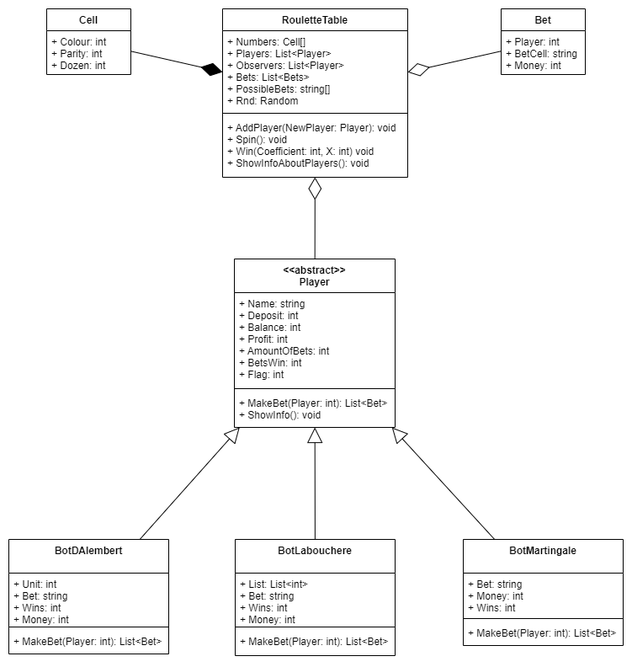
Earlier version of the draw.io export Daniil-Kadochnikov/Second Term/Second block/Casino/UML.png (Stanislav-Sartasov/spsu-mm-se-programming). Source tidied: cells renumbered, new cells last; positions are measured from the earlier drawing's top-left corner, leaving out a move shared by most shapes.
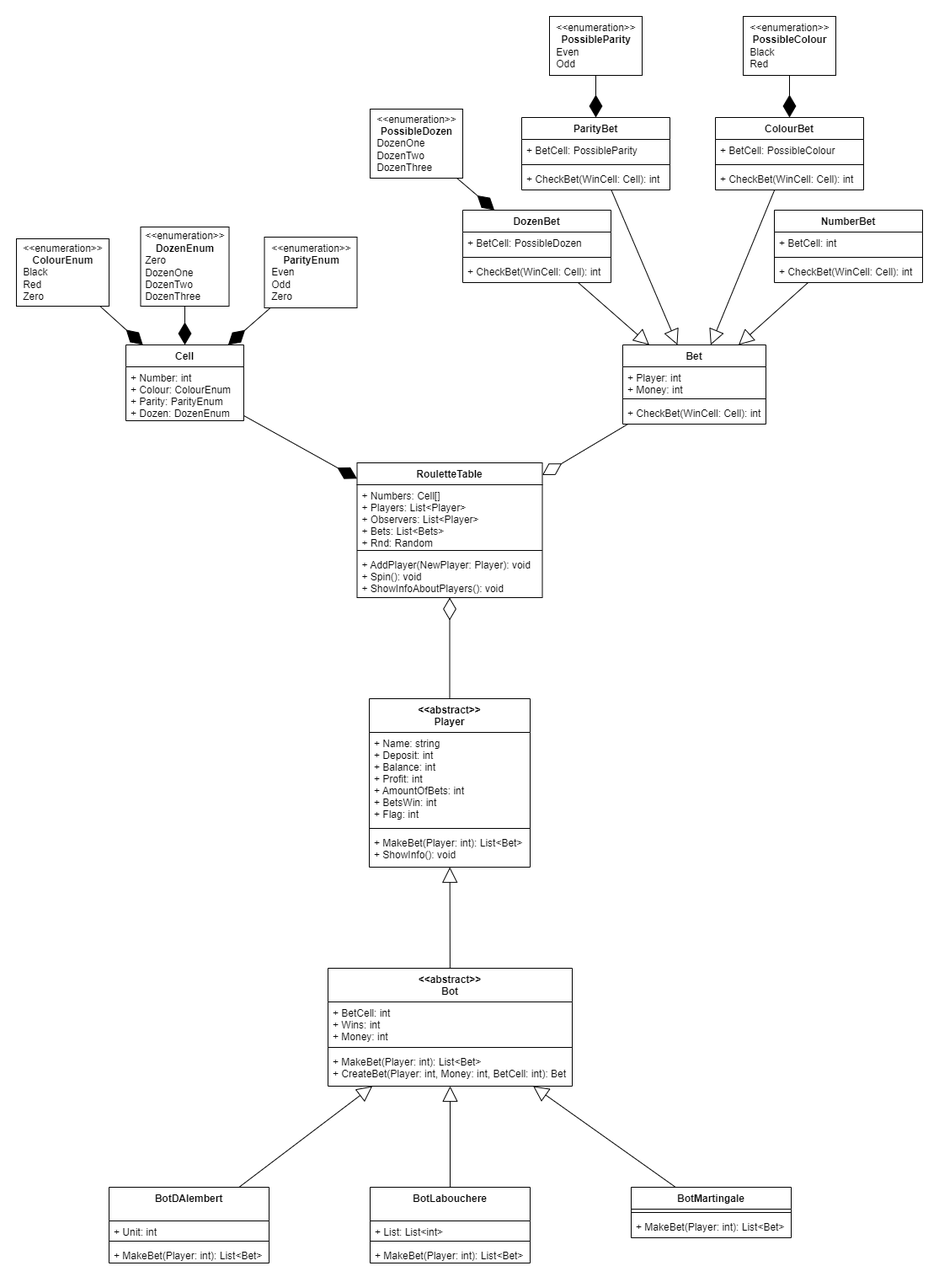
After the change.

Diff of the diagram source:
```diff
@@ -5,3 +5,3 @@
     <mxCell id="2" value="&lt;&lt;abstract&gt;&gt;&#10;Player" style="swimlane;fontStyle=1;align=center;verticalAlign=top;horizontal=1;startSize=40;" parent="1" vertex="1">
-      <mxGeometry x="268" y="297" width="191" height="200" as="geometry" />
+      <mxGeometry x="439" y="450" width="191" height="200" as="geometry" />
     </mxCell>
@@ -16,70 +16,52 @@
     </mxCell>
-    <mxCell id="6" value="BotMartingale" style="swimlane;fontStyle=1;align=center;verticalAlign=top;horizontal=1;startSize=40;" parent="1" vertex="1">
-      <mxGeometry x="540" y="630" width="190" height="126" as="geometry" />
-    </mxCell>
-    <mxCell id="7" value="+ Bet: string&#10;+ Money: int&#10;+ Wins: int" style="text;strokeColor=none;fillColor=none;align=left;verticalAlign=top;spacingLeft=4;spacingRight=4;overflow=hidden;" parent="6" vertex="1">
-      <mxGeometry y="40" width="190" height="50" as="geometry" />
-    </mxCell>
-    <mxCell id="8" style="line;strokeWidth=1;fillColor=none;align=left;verticalAlign=middle;spacingTop=-1;spacingLeft=3;spacingRight=3;labelPosition=right;" parent="6" vertex="1">
-      <mxGeometry y="90" width="190" height="8" as="geometry" />
-    </mxCell>
-    <mxCell id="9" value="+ MakeBet(Player: int): List&lt;Bet&gt;" style="text;strokeColor=none;fillColor=none;align=left;verticalAlign=top;spacingLeft=4;spacingRight=4;overflow=hidden;" parent="6" vertex="1">
-      <mxGeometry y="98" width="190" height="28" as="geometry" />
-    </mxCell>
     <mxCell id="10" value="BotLabouchere" style="swimlane;fontStyle=1;align=center;verticalAlign=top;horizontal=1;startSize=40;" parent="1" vertex="1">
-      <mxGeometry x="269" y="630" width="190" height="138" as="geometry" />
+      <mxGeometry x="440" y="1030" width="190" height="90" as="geometry" />
     </mxCell>
-    <mxCell id="11" value="&#9;&#9;+ List: List&lt;int&gt;&#10;+ Bet: string&#10;+ Wins: int&#10;+ Money: int&#10;" style="text;strokeColor=none;fillColor=none;align=left;verticalAlign=top;spacingLeft=4;spacingRight=4;overflow=hidden;" parent="10" vertex="1">
-      <mxGeometry y="40" width="190" height="60" as="geometry" />
+    <mxCell id="11" value="+ List: List&lt;int&gt;" style="text;strokeColor=none;fillColor=none;align=left;verticalAlign=top;spacingLeft=4;spacingRight=4;overflow=hidden;" parent="10" vertex="1">
+      <mxGeometry y="40" width="190" height="20" as="geometry" />
     </mxCell>
     <mxCell id="12" style="line;strokeWidth=1;fillColor=none;align=left;verticalAlign=middle;spacingTop=-1;spacingLeft=3;spacingRight=3;labelPosition=right;" parent="10" vertex="1">
-      <mxGeometry y="100" width="190" height="8" as="geometry" />
+      <mxGeometry y="60" width="190" height="8" as="geometry" />
     </mxCell>
     <mxCell id="13" value="+ MakeBet(Player: int): List&lt;Bet&gt;" style="text;strokeColor=none;fillColor=none;align=left;verticalAlign=top;spacingLeft=4;spacingRight=4;overflow=hidden;" parent="10" vertex="1">
-      <mxGeometry y="108" width="190" height="30" as="geometry" />
+      <mxGeometry y="68" width="190" height="22" as="geometry" />
     </mxCell>
     <mxCell id="14" value="BotDAlembert" style="swimlane;fontStyle=1;align=center;verticalAlign=top;horizontal=1;startSize=40;" parent="1" vertex="1">
-      <mxGeometry y="630" width="190" height="136" as="geometry" />
+      <mxGeometry x="130" y="1030" width="190" height="90" as="geometry" />
     </mxCell>
-    <mxCell id="15" value="+ Unit: int&#10;+ Bet: string&#10;+ Wins: int&#10;+ Money: int" style="text;strokeColor=none;fillColor=none;align=left;verticalAlign=top;spacingLeft=4;spacingRight=4;overflow=hidden;" parent="14" vertex="1">
-      <mxGeometry y="40" width="190" height="60" as="geometry" />
+    <mxCell id="15" value="+ Unit: int" style="text;strokeColor=none;fillColor=none;align=left;verticalAlign=top;spacingLeft=4;spacingRight=4;overflow=hidden;" parent="14" vertex="1">
+      <mxGeometry y="40" width="190" height="20" as="geometry" />
     </mxCell>
     <mxCell id="16" style="line;strokeWidth=1;fillColor=none;align=left;verticalAlign=middle;spacingTop=-1;spacingLeft=3;spacingRight=3;labelPosition=right;" parent="14" vertex="1">
-      <mxGeometry y="100" width="190" height="8" as="geometry" />
+      <mxGeometry y="60" width="190" height="8" as="geometry" />
     </mxCell>
     <mxCell id="17" value="+ MakeBet(Player: int): List&lt;Bet&gt;" style="text;strokeColor=none;fillColor=none;align=left;verticalAlign=top;spacingLeft=4;spacingRight=4;overflow=hidden;" parent="14" vertex="1">
-      <mxGeometry y="108" width="190" height="28" as="geometry" />
+      <mxGeometry y="68" width="190" height="22" as="geometry" />
     </mxCell>
-    <mxCell id="18" value="Extends" style="endArrow=block;endSize=16;endFill=0;rounded=0;labelBackgroundColor=none;fontColor=none;noLabel=1;" parent="1" edge="1" source="14" target="2">
+    <mxCell id="18" value="Extends" style="endArrow=block;endSize=16;endFill=0;rounded=0;labelBackgroundColor=none;fontColor=none;noLabel=1;" parent="1" edge="1" source="14" target="32">
       <mxGeometry x="-0.2" y="-24" relative="1" as="geometry" />
     </mxCell>
-    <mxCell id="19" value="Extends" style="endArrow=block;endSize=16;endFill=0;rounded=0;fontColor=none;noLabel=1;labelBackgroundColor=none;" parent="1" edge="1" source="10" target="2">
+    <mxCell id="19" value="Extends" style="endArrow=block;endSize=16;endFill=0;rounded=0;fontColor=none;noLabel=1;labelBackgroundColor=none;" parent="1" edge="1" source="10" target="32">
       <mxGeometry relative="1" as="geometry" />
     </mxCell>
-    <mxCell id="20" value="Extends" style="endArrow=block;endSize=16;endFill=0;rounded=0;labelBackgroundColor=none;fontColor=none;noLabel=1;" parent="1" edge="1" source="6" target="2">
+    <mxCell id="20" value="Extends" style="endArrow=block;endSize=16;endFill=0;rounded=0;labelBackgroundColor=none;fontColor=none;noLabel=1;" parent="1" edge="1" source="6" target="32">
       <mxGeometry relative="1" as="geometry" />
     </mxCell>
-    <mxCell id="21" value="Bet" style="swimlane;fontStyle=1;align=center;verticalAlign=top;horizontal=1;startSize=26;fontColor=none;" parent="1" vertex="1">
-      <mxGeometry x="585" width="100" height="78" as="geometry" />
-    </mxCell>
-    <mxCell id="22" value="+ Player: int&#10;+ BetCell: string&#10;+ Money: int" style="text;strokeColor=none;fillColor=none;align=left;verticalAlign=top;spacingLeft=4;spacingRight=4;overflow=hidden;fontColor=none;" parent="21" vertex="1">
-      <mxGeometry y="26" width="100" height="52" as="geometry" />
-    </mxCell>
     <mxCell id="23" value="Cell" style="swimlane;fontStyle=1;align=center;verticalAlign=top;horizontal=1;startSize=26;fontColor=none;" parent="1" vertex="1">
-      <mxGeometry x="45" width="100" height="78" as="geometry" />
+      <mxGeometry x="150" y="30" width="140" height="90" as="geometry" />
     </mxCell>
-    <mxCell id="24" value="+ Colour: int&#10;+ Parity: int&#10;+ Dozen: int" style="text;strokeColor=none;fillColor=none;align=left;verticalAlign=top;spacingLeft=4;spacingRight=4;overflow=hidden;fontColor=none;" parent="23" vertex="1">
-      <mxGeometry y="26" width="100" height="52" as="geometry" />
+    <mxCell id="24" value="+ Number: int&#10;+ Colour: ColourEnum&#10;+ Parity: ParityEnum&#10;+ Dozen: DozenEnum" style="text;strokeColor=none;fillColor=none;align=left;verticalAlign=top;spacingLeft=4;spacingRight=4;overflow=hidden;fontColor=none;" parent="23" vertex="1">
+      <mxGeometry y="26" width="140" height="64" as="geometry" />
     </mxCell>
     <mxCell id="25" value="RouletteTable" style="swimlane;fontStyle=1;align=center;verticalAlign=top;horizontal=1;startSize=26;fontColor=none;" parent="1" vertex="1">
-      <mxGeometry x="254" width="220" height="200" as="geometry" />
+      <mxGeometry x="424.5" y="170" width="220" height="160" as="geometry" />
     </mxCell>
-    <mxCell id="26" value="+ Numbers: Cell[]&#10;+ Players: List&lt;Player&gt;&#10;+ Observers: List&lt;Player&gt;&#10;+ Bets: List&lt;Bets&gt;&#10;+ PossibleBets: string[]&#10;+ Rnd: Random" style="text;strokeColor=none;fillColor=none;align=left;verticalAlign=top;spacingLeft=4;spacingRight=4;overflow=hidden;fontColor=none;" parent="25" vertex="1">
-      <mxGeometry y="26" width="220" height="94" as="geometry" />
+    <mxCell id="26" value="+ Numbers: Cell[]&#10;+ Players: List&lt;Player&gt;&#10;+ Observers: List&lt;Player&gt;&#10;+ Bets: List&lt;Bets&gt;&#10;+ Rnd: Random" style="text;strokeColor=none;fillColor=none;align=left;verticalAlign=top;spacingLeft=4;spacingRight=4;overflow=hidden;fontColor=none;" parent="25" vertex="1">
+      <mxGeometry y="26" width="220" height="74" as="geometry" />
     </mxCell>
     <mxCell id="27" style="line;strokeWidth=1;fillColor=none;align=left;verticalAlign=middle;spacingTop=-1;spacingLeft=3;spacingRight=3;labelPosition=right;fontColor=none;" parent="25" vertex="1">
-      <mxGeometry y="120" width="220" height="8" as="geometry" />
+      <mxGeometry y="100" width="220" height="8" as="geometry" />
     </mxCell>
-    <mxCell id="28" value="+ AddPlayer(NewPlayer: Player): void&#10;+ Spin(): void&#10;+ Win(Coefficient: int, X: int) void&#10;+ ShowInfoAboutPlayers(): void" style="text;strokeColor=none;fillColor=none;align=left;verticalAlign=top;spacingLeft=4;spacingRight=4;overflow=hidden;fontColor=none;" parent="25" vertex="1">
-      <mxGeometry y="128" width="220" height="72" as="geometry" />
+    <mxCell id="28" value="+ AddPlayer(NewPlayer: Player): void&#10;+ Spin(): void&#10;+ ShowInfoAboutPlayers(): void" style="text;strokeColor=none;fillColor=none;align=left;verticalAlign=top;spacingLeft=4;spacingRight=4;overflow=hidden;fontColor=none;" parent="25" vertex="1">
+      <mxGeometry y="108" width="220" height="52" as="geometry" />
     </mxCell>
@@ -94,2 +76,134 @@
     </mxCell>
+    <mxCell id="32" value="&lt;&lt;abstract&gt;&gt;&#10;Bot" style="swimlane;fontStyle=1;align=center;verticalAlign=top;horizontal=1;startSize=40;" parent="1" vertex="1">
+      <mxGeometry x="390" y="770" width="290" height="140" as="geometry" />
+    </mxCell>
+    <mxCell id="33" value="+ BetCell: int&#10;+ Wins: int&#10;+ Money: int" style="text;strokeColor=none;fillColor=none;align=left;verticalAlign=top;spacingLeft=4;spacingRight=4;overflow=hidden;" parent="32" vertex="1">
+      <mxGeometry y="40" width="290" height="50" as="geometry" />
+    </mxCell>
+    <mxCell id="34" style="line;strokeWidth=1;fillColor=none;align=left;verticalAlign=middle;spacingTop=-1;spacingLeft=3;spacingRight=3;labelPosition=right;" parent="32" vertex="1">
+      <mxGeometry y="90" width="290" height="8" as="geometry" />
+    </mxCell>
+    <mxCell id="35" value="+ MakeBet(Player: int): List&lt;Bet&gt;&#10;+ CreateBet(Player: int, Money: int, BetCell: int): Bet" style="text;strokeColor=none;fillColor=none;align=left;verticalAlign=top;spacingLeft=4;spacingRight=4;overflow=hidden;" parent="32" vertex="1">
+      <mxGeometry y="98" width="290" height="42" as="geometry" />
+    </mxCell>
+    <mxCell id="36" value="Extends" style="endArrow=block;endSize=16;endFill=0;rounded=0;fontColor=none;noLabel=1;labelBackgroundColor=none;" parent="1" edge="1" source="32" target="2">
+      <mxGeometry relative="1" as="geometry" />
+    </mxCell>
+    <mxCell id="21" value="Bet" style="swimlane;fontStyle=1;align=center;verticalAlign=top;horizontal=1;startSize=26;" parent="1" vertex="1">
+      <mxGeometry x="740" y="30" width="170" height="94" as="geometry" />
+    </mxCell>
+    <mxCell id="37" value="+ Player: int&#10;+ Money: int" style="text;strokeColor=none;fillColor=none;align=left;verticalAlign=top;spacingLeft=4;spacingRight=4;overflow=hidden;" parent="21" vertex="1">
+      <mxGeometry y="26" width="170" height="34" as="geometry" />
+    </mxCell>
+    <mxCell id="38" style="line;strokeWidth=1;fillColor=none;align=left;verticalAlign=middle;spacingTop=-1;spacingLeft=3;spacingRight=3;labelPosition=right;" parent="21" vertex="1">
+      <mxGeometry y="60" width="170" height="8" as="geometry" />
+    </mxCell>
+    <mxCell id="39" value="+ CheckBet(WinCell: Cell): int" style="text;strokeColor=none;fillColor=none;align=left;verticalAlign=top;spacingLeft=4;spacingRight=4;overflow=hidden;" parent="21" vertex="1">
+      <mxGeometry y="68" width="170" height="26" as="geometry" />
+    </mxCell>
+    <mxCell id="40" value="NumberBet" style="swimlane;fontStyle=1;align=center;verticalAlign=top;horizontal=1;startSize=26;" parent="1" vertex="1">
+      <mxGeometry x="920" y="-130" width="176" height="86" as="geometry" />
+    </mxCell>
+    <mxCell id="41" value="+ BetCell: int" style="text;strokeColor=none;fillColor=none;align=left;verticalAlign=top;spacingLeft=4;spacingRight=4;overflow=hidden;" parent="40" vertex="1">
+      <mxGeometry y="26" width="176" height="26" as="geometry" />
+    </mxCell>
+    <mxCell id="42" style="line;strokeWidth=1;fillColor=none;align=left;verticalAlign=middle;spacingTop=-1;spacingLeft=3;spacingRight=3;labelPosition=right;" parent="40" vertex="1">
+      <mxGeometry y="52" width="176" height="8" as="geometry" />
+    </mxCell>
+    <mxCell id="43" value="+ CheckBet(WinCell: Cell): int" style="text;strokeColor=none;fillColor=none;align=left;verticalAlign=top;spacingLeft=4;spacingRight=4;overflow=hidden;" parent="40" vertex="1">
+      <mxGeometry y="60" width="176" height="26" as="geometry" />
+    </mxCell>
+    <mxCell id="44" value="DozenBet" style="swimlane;fontStyle=1;align=center;verticalAlign=top;horizontal=1;startSize=26;" parent="1" vertex="1">
+      <mxGeometry x="550" y="-130" width="176" height="86" as="geometry" />
+    </mxCell>
+    <mxCell id="45" value="+ BetCell: PossibleDozen" style="text;strokeColor=none;fillColor=none;align=left;verticalAlign=top;spacingLeft=4;spacingRight=4;overflow=hidden;" parent="44" vertex="1">
+      <mxGeometry y="26" width="176" height="26" as="geometry" />
+    </mxCell>
+    <mxCell id="46" style="line;strokeWidth=1;fillColor=none;align=left;verticalAlign=middle;spacingTop=-1;spacingLeft=3;spacingRight=3;labelPosition=right;" parent="44" vertex="1">
+      <mxGeometry y="52" width="176" height="8" as="geometry" />
+    </mxCell>
+    <mxCell id="47" value="+ CheckBet(WinCell: Cell): int" style="text;strokeColor=none;fillColor=none;align=left;verticalAlign=top;spacingLeft=4;spacingRight=4;overflow=hidden;" parent="44" vertex="1">
+      <mxGeometry y="60" width="176" height="26" as="geometry" />
+    </mxCell>
+    <mxCell id="48" value="ColourBet" style="swimlane;fontStyle=1;align=center;verticalAlign=top;horizontal=1;startSize=26;" parent="1" vertex="1">
+      <mxGeometry x="850" y="-240" width="176" height="86" as="geometry" />
+    </mxCell>
+    <mxCell id="49" value="+ BetCell: PossibleColour" style="text;strokeColor=none;fillColor=none;align=left;verticalAlign=top;spacingLeft=4;spacingRight=4;overflow=hidden;" parent="48" vertex="1">
+      <mxGeometry y="26" width="176" height="26" as="geometry" />
+    </mxCell>
+    <mxCell id="50" style="line;strokeWidth=1;fillColor=none;align=left;verticalAlign=middle;spacingTop=-1;spacingLeft=3;spacingRight=3;labelPosition=right;" parent="48" vertex="1">
+      <mxGeometry y="52" width="176" height="8" as="geometry" />
+    </mxCell>
+    <mxCell id="51" value="+ CheckBet(WinCell: Cell): int" style="text;strokeColor=none;fillColor=none;align=left;verticalAlign=top;spacingLeft=4;spacingRight=4;overflow=hidden;" parent="48" vertex="1">
+      <mxGeometry y="60" width="176" height="26" as="geometry" />
+    </mxCell>
+    <mxCell id="52" value="ParityBet" style="swimlane;fontStyle=1;align=center;verticalAlign=top;horizontal=1;startSize=26;" parent="1" vertex="1">
+      <mxGeometry x="620" y="-240" width="176" height="86" as="geometry" />
+    </mxCell>
+    <mxCell id="53" value="+ BetCell: PossibleParity" style="text;strokeColor=none;fillColor=none;align=left;verticalAlign=top;spacingLeft=4;spacingRight=4;overflow=hidden;" parent="52" vertex="1">
+      <mxGeometry y="26" width="176" height="26" as="geometry" />
+    </mxCell>
+    <mxCell id="54" style="line;strokeWidth=1;fillColor=none;align=left;verticalAlign=middle;spacingTop=-1;spacingLeft=3;spacingRight=3;labelPosition=right;" parent="52" vertex="1">
+      <mxGeometry y="52" width="176" height="8" as="geometry" />
+    </mxCell>
+    <mxCell id="55" value="+ CheckBet(WinCell: Cell): int" style="text;strokeColor=none;fillColor=none;align=left;verticalAlign=top;spacingLeft=4;spacingRight=4;overflow=hidden;" parent="52" vertex="1">
+      <mxGeometry y="60" width="176" height="26" as="geometry" />
+    </mxCell>
+    <mxCell id="56" value="Extends" style="endArrow=block;endSize=16;endFill=0;rounded=0;fontColor=none;noLabel=1;labelBackgroundColor=none;" parent="1" edge="1" source="52" target="21">
+      <mxGeometry relative="1" as="geometry" />
+    </mxCell>
+    <mxCell id="57" value="Extends" style="endArrow=block;endSize=16;endFill=0;rounded=0;fontColor=none;noLabel=1;labelBackgroundColor=none;" parent="1" edge="1" source="48" target="21">
+      <mxGeometry relative="1" as="geometry" />
+    </mxCell>
+    <mxCell id="58" value="Extends" style="endArrow=block;endSize=16;endFill=0;rounded=0;fontColor=none;noLabel=1;labelBackgroundColor=none;" parent="1" edge="1" source="40" target="21">
+      <mxGeometry relative="1" as="geometry" />
+    </mxCell>
+    <mxCell id="59" value="Extends" style="endArrow=block;endSize=16;endFill=0;rounded=0;fontColor=none;noLabel=1;labelBackgroundColor=none;" parent="1" edge="1" source="44" target="21">
+      <mxGeometry relative="1" as="geometry" />
+    </mxCell>
+    <mxCell id="6" value="BotMartingale" style="swimlane;fontStyle=1;align=center;verticalAlign=top;horizontal=1;startSize=26;" parent="1" vertex="1">
+      <mxGeometry x="750" y="1030" width="190" height="60" as="geometry" />
+    </mxCell>
+    <mxCell id="60" style="line;strokeWidth=1;fillColor=none;align=left;verticalAlign=middle;spacingTop=-1;spacingLeft=3;spacingRight=3;labelPosition=right;" parent="6" vertex="1">
+      <mxGeometry y="26" width="190" height="8" as="geometry" />
+    </mxCell>
+    <mxCell id="9" value="+ MakeBet(Player: int): List&lt;Bet&gt;" style="text;strokeColor=none;fillColor=none;align=left;verticalAlign=top;spacingLeft=4;spacingRight=4;overflow=hidden;" parent="6" vertex="1">
+      <mxGeometry y="34" width="190" height="26" as="geometry" />
+    </mxCell>
+    <mxCell id="61" value="&amp;lt;&amp;lt;enumeration&amp;gt;&amp;gt;&lt;br&gt;&lt;b&gt;ColourEnum&lt;/b&gt;&lt;br&gt;&lt;div style=&quot;text-align: left&quot;&gt;Black&lt;/div&gt;&lt;div style=&quot;text-align: left&quot;&gt;Red&lt;/div&gt;&lt;div style=&quot;text-align: left&quot;&gt;Zero&lt;/div&gt;" style="html=1;" parent="1" vertex="1">
+      <mxGeometry x="20" y="-96" width="110" height="80" as="geometry" />
+    </mxCell>
+    <mxCell id="62" style="endArrow=diamondThin;endFill=1;endSize=24;html=1;rounded=0;" parent="1" edge="1" source="61" target="23">
+      <mxGeometry relative="1" as="geometry" />
+    </mxCell>
+    <mxCell id="63" value="&amp;lt;&amp;lt;enumeration&amp;gt;&amp;gt;&lt;br&gt;&lt;b&gt;DozenEnum&lt;/b&gt;&lt;br&gt;&lt;div style=&quot;text-align: left&quot;&gt;Zero&lt;/div&gt;&lt;div style=&quot;text-align: left&quot;&gt;DozenOne&lt;/div&gt;&lt;div style=&quot;text-align: left&quot;&gt;DozenTwo&lt;/div&gt;&lt;div style=&quot;text-align: left&quot;&gt;DozenThree&lt;/div&gt;" style="html=1;" parent="1" vertex="1">
+      <mxGeometry x="167.5" y="-110" width="105" height="94" as="geometry" />
+    </mxCell>
+    <mxCell id="64" style="endArrow=diamondThin;endFill=1;endSize=24;html=1;rounded=0;" parent="1" edge="1" source="63" target="23">
+      <mxGeometry relative="1" as="geometry" />
+    </mxCell>
+    <mxCell id="65" value="&amp;lt;&amp;lt;enumeration&amp;gt;&amp;gt;&lt;br&gt;&lt;b&gt;ParityEnum&lt;/b&gt;&lt;br&gt;&lt;div style=&quot;text-align: left&quot;&gt;Even&lt;/div&gt;&lt;div style=&quot;text-align: left&quot;&gt;Odd&lt;/div&gt;&lt;div style=&quot;text-align: left&quot;&gt;Zero&lt;/div&gt;" style="html=1;" parent="1" vertex="1">
+      <mxGeometry x="314.5" y="-98" width="110" height="84" as="geometry" />
+    </mxCell>
+    <mxCell id="66" style="endArrow=diamondThin;endFill=1;endSize=24;html=1;rounded=0;" parent="1" edge="1" source="65" target="23">
+      <mxGeometry relative="1" as="geometry" />
+    </mxCell>
+    <mxCell id="67" value="&amp;lt;&amp;lt;enumeration&amp;gt;&amp;gt;&lt;br&gt;&lt;b&gt;PossibleParity&lt;/b&gt;&lt;br&gt;&lt;div style=&quot;text-align: left&quot;&gt;Even&lt;/div&gt;&lt;div style=&quot;text-align: left&quot;&gt;Odd&lt;/div&gt;" style="html=1;" parent="1" vertex="1">
+      <mxGeometry x="653" y="-360" width="110" height="70" as="geometry" />
+    </mxCell>
+    <mxCell id="68" value="&amp;lt;&amp;lt;enumeration&amp;gt;&amp;gt;&lt;br&gt;&lt;b&gt;PossibleColour&lt;/b&gt;&lt;br&gt;&lt;div style=&quot;text-align: left&quot;&gt;Black&lt;/div&gt;&lt;div style=&quot;text-align: left&quot;&gt;Red&lt;/div&gt;" style="html=1;" parent="1" vertex="1">
+      <mxGeometry x="883" y="-360" width="110" height="70" as="geometry" />
+    </mxCell>
+    <mxCell id="69" value="&amp;lt;&amp;lt;enumeration&amp;gt;&amp;gt;&lt;br&gt;&lt;b&gt;PossibleDozen&lt;/b&gt;&lt;br&gt;&lt;div style=&quot;text-align: left&quot;&gt;DozenOne&lt;/div&gt;&lt;div style=&quot;text-align: left&quot;&gt;DozenTwo&lt;/div&gt;&lt;div style=&quot;text-align: left&quot;&gt;DozenThree&lt;/div&gt;" style="html=1;" parent="1" vertex="1">
+      <mxGeometry x="440" y="-250" width="110" height="82" as="geometry" />
+    </mxCell>
+    <mxCell id="70" style="endArrow=diamondThin;endFill=1;endSize=24;html=1;rounded=0;" parent="1" edge="1" source="69" target="44">
+      <mxGeometry relative="1" as="geometry" />
+    </mxCell>
+    <mxCell id="71" style="endArrow=diamondThin;endFill=1;endSize=24;html=1;rounded=0;" parent="1" edge="1" source="67" target="52">
+      <mxGeometry relative="1" as="geometry" />
+    </mxCell>
+    <mxCell id="72" style="endArrow=diamondThin;endFill=1;endSize=24;html=1;rounded=0;" parent="1" edge="1" source="68" target="48">
+      <mxGeometry relative="1" as="geometry" />
+    </mxCell>
   </root>
```
